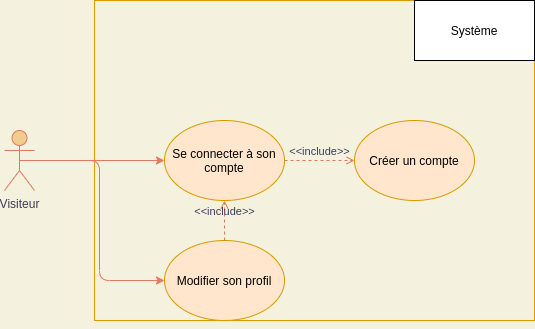
Earlier version of the draw.io export uml/UseCaseAuthentication.png (JacquesDurand/p6_oc_snowtricks). Source tidied: cells renumbered, new cells last; positions are measured from the earlier drawing's top-left corner, leaving out a move shared by most shapes. Its diagram source:
```xml
<mxGraphModel background="#F4F1DE">
  <root>
    <mxCell id="0" />
    <mxCell id="1" parent="0" />
    <mxCell id="2" style="html=1;rounded=0;sketch=0;strokeColor=#d79b00;fillColor=none;" parent="1" vertex="1">
      <mxGeometry x="90" width="440" height="320" as="geometry" />
    </mxCell>
    <mxCell id="3" value="Système" style="rounded=0;whiteSpace=wrap;html=1;sketch=0;" parent="1" vertex="1">
      <mxGeometry x="410" width="120" height="60" as="geometry" />
    </mxCell>
    <mxCell id="4" style="edgeStyle=orthogonalEdgeStyle;curved=0;rounded=1;sketch=0;jettySize=auto;html=1;exitX=0.5;exitY=0.5;exitDx=0;exitDy=0;exitPerimeter=0;fontColor=#393C56;strokeColor=#E07A5F;fillColor=#F2CC8F;" parent="1" edge="1" source="6" target="7">
      <mxGeometry relative="1" as="geometry" />
    </mxCell>
    <mxCell id="5" style="edgeStyle=orthogonalEdgeStyle;curved=0;rounded=1;sketch=0;jettySize=auto;html=1;exitX=0.5;exitY=0.5;exitDx=0;exitDy=0;exitPerimeter=0;entryX=0;entryY=0.5;entryDx=0;entryDy=0;fontColor=#393C56;strokeColor=#E07A5F;fillColor=#F2CC8F;" parent="1" edge="1" source="6" target="11">
      <mxGeometry relative="1" as="geometry" />
    </mxCell>
    <mxCell id="6" value="Visiteur" style="shape=umlActor;verticalLabelPosition=bottom;verticalAlign=top;html=1;rounded=0;sketch=0;fontColor=#393C56;strokeColor=#E07A5F;fillColor=#F2CC8F;" parent="1" vertex="1">
      <mxGeometry y="130" width="30" height="60" as="geometry" />
    </mxCell>
    <mxCell id="7" value="Se connecter à son compte" style="ellipse;whiteSpace=wrap;html=1;rounded=0;sketch=0;strokeColor=#d79b00;fillColor=#ffe6cc;" parent="1" vertex="1">
      <mxGeometry x="160" y="120" width="120" height="80" as="geometry" />
    </mxCell>
    <mxCell id="8" value="Créer un compte" style="ellipse;whiteSpace=wrap;html=1;rounded=0;sketch=0;strokeColor=#d79b00;fillColor=#ffe6cc;" parent="1" vertex="1">
      <mxGeometry x="350" y="120" width="120" height="80" as="geometry" />
    </mxCell>
    <mxCell id="9" value="&amp;lt;&amp;lt;include&amp;gt;&amp;gt;" style="html=1;verticalAlign=bottom;labelBackgroundColor=none;endArrow=open;endFill=0;dashed=1;fontColor=#393C56;strokeColor=#E07A5F;fillColor=#F2CC8F;exitX=1;exitY=0.5;exitDx=0;exitDy=0;entryX=0;entryY=0.5;entryDx=0;entryDy=0;" parent="1" edge="1" source="7" target="8">
      <mxGeometry relative="1" as="geometry" />
    </mxCell>
    <mxCell id="10" style="edgeStyle=orthogonalEdgeStyle;curved=0;rounded=1;sketch=0;orthogonalLoop=1;jettySize=auto;html=1;exitX=0.5;exitY=1;exitDx=0;exitDy=0;fontColor=#393C56;strokeColor=#E07A5F;fillColor=#F2CC8F;" parent="1" edge="1" source="2" target="2">
      <mxGeometry relative="1" as="geometry" />
    </mxCell>
    <mxCell id="11" value="Modifier son profil" style="ellipse;whiteSpace=wrap;html=1;rounded=0;sketch=0;strokeColor=#d79b00;fillColor=#ffe6cc;" parent="1" vertex="1">
      <mxGeometry x="160" y="240" width="120" height="80" as="geometry" />
    </mxCell>
    <mxCell id="12" value="&amp;lt;&amp;lt;include&amp;gt;&amp;gt;" style="html=1;verticalAlign=bottom;labelBackgroundColor=none;endArrow=open;endFill=0;dashed=1;fontColor=#393C56;strokeColor=#E07A5F;fillColor=#F2CC8F;exitX=0.5;exitY=0;exitDx=0;exitDy=0;entryX=0.5;entryY=1;entryDx=0;entryDy=0;" parent="1" edge="1" source="11" target="7">
      <mxGeometry relative="1" as="geometry" />
    </mxCell>
  </root>
</mxGraphModel>
```
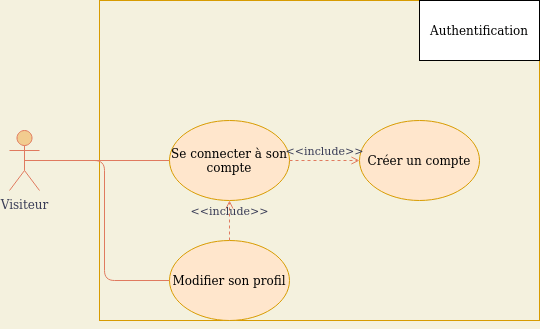
After the commit.

Diff of the diagram source:
```diff
@@ -5,13 +5,13 @@
     <mxCell id="2" style="html=1;rounded=0;sketch=0;strokeColor=#d79b00;fillColor=none;" parent="1" vertex="1">
       <mxGeometry x="90" width="440" height="320" as="geometry" />
     </mxCell>
-    <mxCell id="3" value="Système" style="rounded=0;whiteSpace=wrap;html=1;sketch=0;" parent="1" vertex="1">
+    <mxCell id="3" value="Authentification" style="rounded=0;whiteSpace=wrap;html=1;sketch=0;" parent="1" vertex="1">
       <mxGeometry x="410" width="120" height="60" as="geometry" />
     </mxCell>
-    <mxCell id="4" style="edgeStyle=orthogonalEdgeStyle;curved=0;rounded=1;sketch=0;jettySize=auto;html=1;exitX=0.5;exitY=0.5;exitDx=0;exitDy=0;exitPerimeter=0;fontColor=#393C56;strokeColor=#E07A5F;fillColor=#F2CC8F;" parent="1" edge="1" source="6" target="7">
+    <mxCell id="4" style="edgeStyle=orthogonalEdgeStyle;curved=0;rounded=1;sketch=0;jettySize=auto;html=1;exitX=0.5;exitY=0.5;exitDx=0;exitDy=0;exitPerimeter=0;fontColor=#393C56;strokeColor=#E07A5F;fillColor=#F2CC8F;endArrow=none;endFill=0;" parent="1" edge="1" source="6" target="7">
       <mxGeometry relative="1" as="geometry" />
     </mxCell>
-    <mxCell id="5" style="edgeStyle=orthogonalEdgeStyle;curved=0;rounded=1;sketch=0;jettySize=auto;html=1;exitX=0.5;exitY=0.5;exitDx=0;exitDy=0;exitPerimeter=0;entryX=0;entryY=0.5;entryDx=0;entryDy=0;fontColor=#393C56;strokeColor=#E07A5F;fillColor=#F2CC8F;" parent="1" edge="1" source="6" target="11">
+    <mxCell id="5" style="edgeStyle=orthogonalEdgeStyle;curved=0;rounded=1;sketch=0;jettySize=auto;html=1;exitX=0.5;exitY=0.5;exitDx=0;exitDy=0;exitPerimeter=0;entryX=0;entryY=0.5;entryDx=0;entryDy=0;fontColor=#393C56;strokeColor=#E07A5F;fillColor=#F2CC8F;endArrow=none;endFill=0;" parent="1" edge="1" source="6" target="11">
       <mxGeometry relative="1" as="geometry" />
     </mxCell>
     <mxCell id="6" value="Visiteur" style="shape=umlActor;verticalLabelPosition=bottom;verticalAlign=top;html=1;rounded=0;sketch=0;fontColor=#393C56;strokeColor=#E07A5F;fillColor=#F2CC8F;" parent="1" vertex="1">
```
